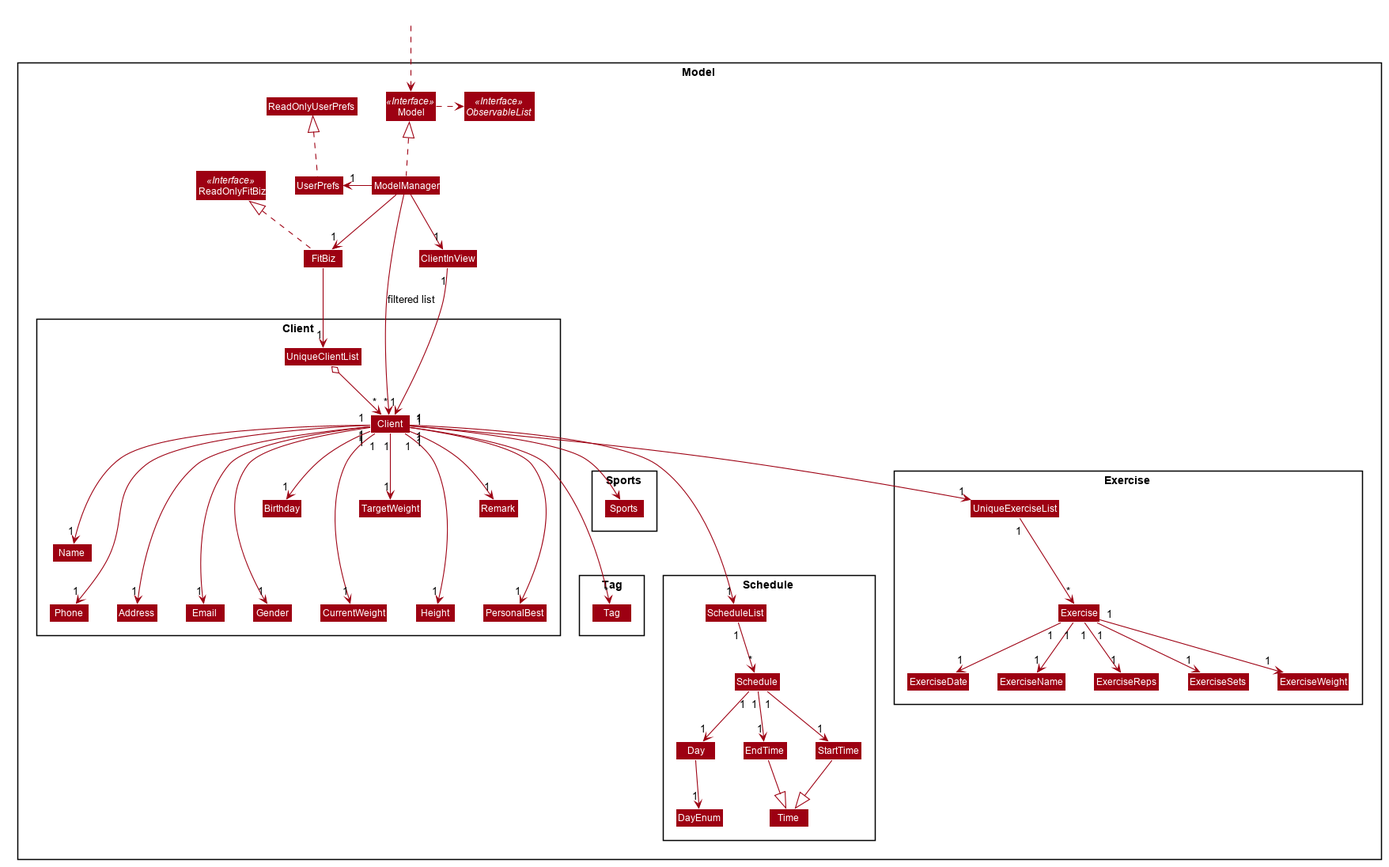
Before: docs/out/diagrams/ModelClassDiagram/ModelClassDiagram.png, a diagram exported from PlantUML (nus-cs2103-AY1920S2/addressbook-level3). The source it was exported from:
```plantuml
@startuml








skinparam BackgroundColor #FFFFFFF

skinparam Shadowing false

skinparam Class {
    FontColor #FFFFFF
    BorderThickness 1
    BorderColor #FFFFFF
    StereotypeFontColor #FFFFFF
    FontName Arial
}

skinparam Actor {
    BorderColor #000000
    Color #000000
    FontName Arial
}

skinparam Sequence {
    MessageAlign center
    BoxFontSize 15
    BoxPadding 0
    BoxFontColor #FFFFFF
    FontName Arial
}

skinparam Participant {
    FontColor #FFFFFFF
    Padding 20
}

skinparam MinClassWidth 50
skinparam ParticipantPadding 10
skinparam Shadowing false
skinparam DefaultTextAlignment center
skinparam packageStyle Rectangle

hide footbox
hide members
hide circle
skinparam arrowThickness 1.1
skinparam arrowColor #9D0012
skinparam classBackgroundColor #9D0012

Package Model <<Rectangle>>{
Interface ReadOnlyFitBiz <<Interface>>
Interface Model <<Interface>>
Interface ObservableList <<Interface>>
Class FitBiz
Class ReadOnlyFitBiz
Class Model
Class ModelManager
Class UserPrefs
Class ReadOnlyUserPrefs
Class ClientInView

Package Client {
Class Client
Class Address
Class Email
Class Name
Class Phone
Class UniqueClientList
Class Gender
Class Birthday
Class CurrentWeight
Class TargetWeight
Class Height
Class Remark
Class PersonalBest
}

Package Tag {
Class Tag
}

Package Sports {
Class Sports
}

Package Schedule {
Class ScheduleList
Class Schedule
Class Day
Class DayEnum
Class EndTime
Class StartTime
Class Time
}

Package Exercise {
Class Exercise
Class ExerciseDate
Class ExerciseName
Class ExerciseReps
Class ExerciseSets
Class ExerciseWeight
Class UniqueExerciseList
}
}

Class HiddenOutside #FFFFFF
HiddenOutside ..> Model

FitBiz .up.|> ReadOnlyFitBiz

ModelManager .up.|> Model
Model .right.> ObservableList
ModelManager --> "1" FitBiz
ModelManager -left-> "1" UserPrefs
UserPrefs .up.|> ReadOnlyUserPrefs

FitBiz --> "1" UniqueClientList
UniqueClientList o--> "*" Client
Client "1" --> "1" Name
Client "1" ---> "1" Gender
Client "1" ---> "1" Phone
Client "1" --> "1" Email
Client "1" --> "1" Address
Client "1" ---> "*" Tag
Client "1" --> "1" Birthday
Client "1" ---> "1" ScheduleList
Client "1" --> "*" Sports
Client "1" ---> "1" CurrentWeight
Client "1" --> "1" TargetWeight
Client "1" ---> "1" Height
Client "1" --> "1" Remark
Client "1" ---> "1" PersonalBest
Client "1" --> "1" UniqueExerciseList

ClientInView "1" --> "1" Client

UniqueExerciseList "1" --> "*"Exercise
Exercise "1" --> "1" ExerciseDate
Exercise "1" --> "1" ExerciseName
Exercise "1" --> "1" ExerciseReps
Exercise "1" --> "1" ExerciseSets
Exercise "1" --> "1" ExerciseWeight

Name -[hidden]right-> Phone
Phone -[hidden]right-> Address
Address -[hidden]right-> Email

ScheduleList "1" --> "*" Schedule
Schedule "1" --> "1" Day
Schedule "1" --> "1" StartTime
Schedule "1" --> "1" EndTime
StartTime --|> Time
EndTime --|> Time
Day --> "1" DayEnum


ModelManager -->"*" Client : filtered list
ModelManager -->"1" ClientInView
@enduml
```
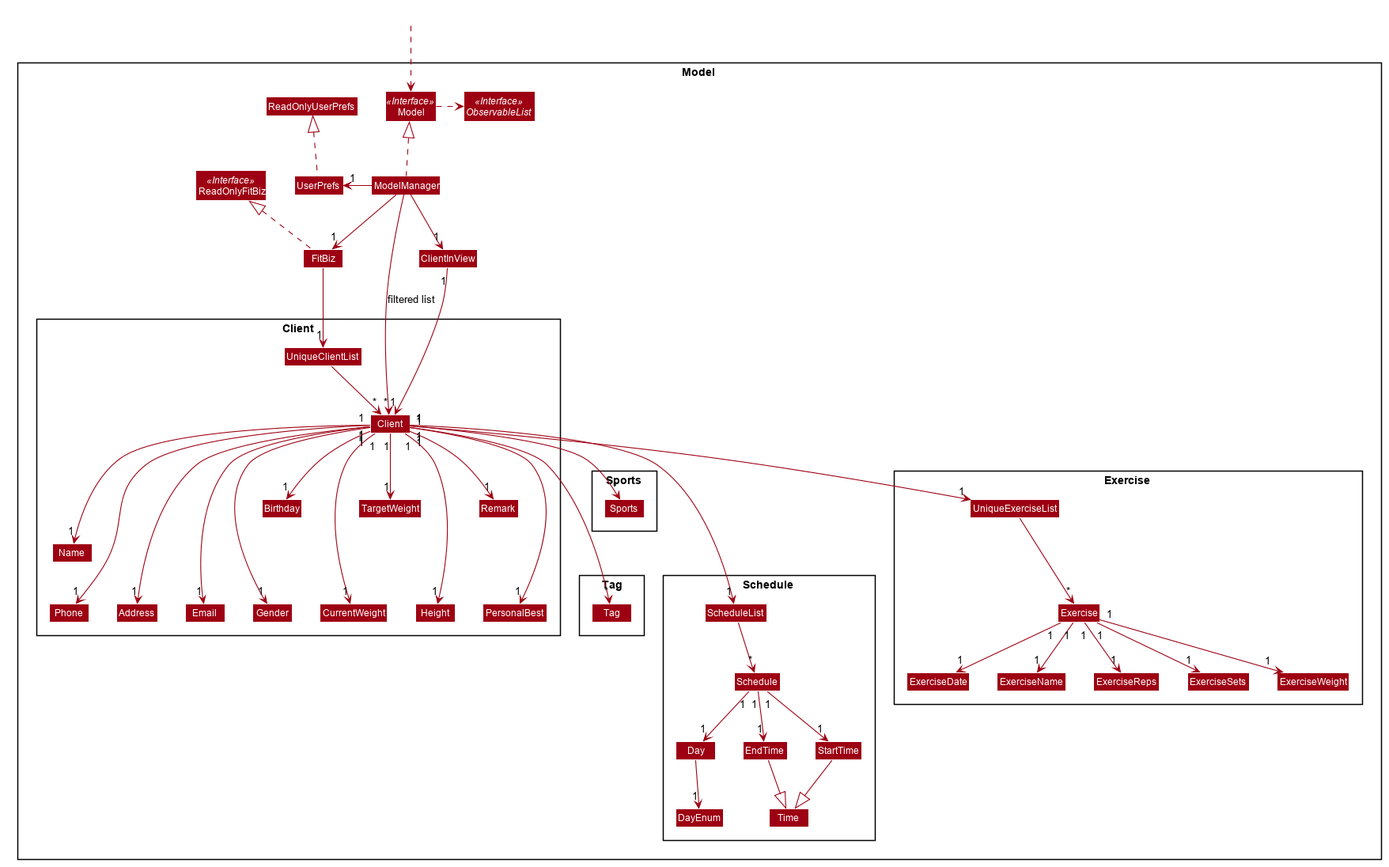
The same file after the commit.

Diff of the diagram source:
```diff
@@ -120,7 +120,7 @@
 UserPrefs .up.|> ReadOnlyUserPrefs
 
 FitBiz --> "1" UniqueClientList
-UniqueClientList o--> "*" Client
+UniqueClientList --> "*" Client
 Client "1" --> "1" Name
 Client "1" ---> "1" Gender
 Client "1" ---> "1" Phone
@@ -139,7 +139,7 @@
 
 ClientInView "1" --> "1" Client
 
-UniqueExerciseList "1" --> "*"Exercise
+UniqueExerciseList --> "*"Exercise
 Exercise "1" --> "1" ExerciseDate
 Exercise "1" --> "1" ExerciseName
 Exercise "1" --> "1" ExerciseReps
@@ -150,7 +150,7 @@
 Phone -[hidden]right-> Address
 Address -[hidden]right-> Email
 
-ScheduleList "1" --> "*" Schedule
+ScheduleList --> "*" Schedule
 Schedule "1" --> "1" Day
 Schedule "1" --> "1" StartTime
 Schedule "1" --> "1" EndTime
```
